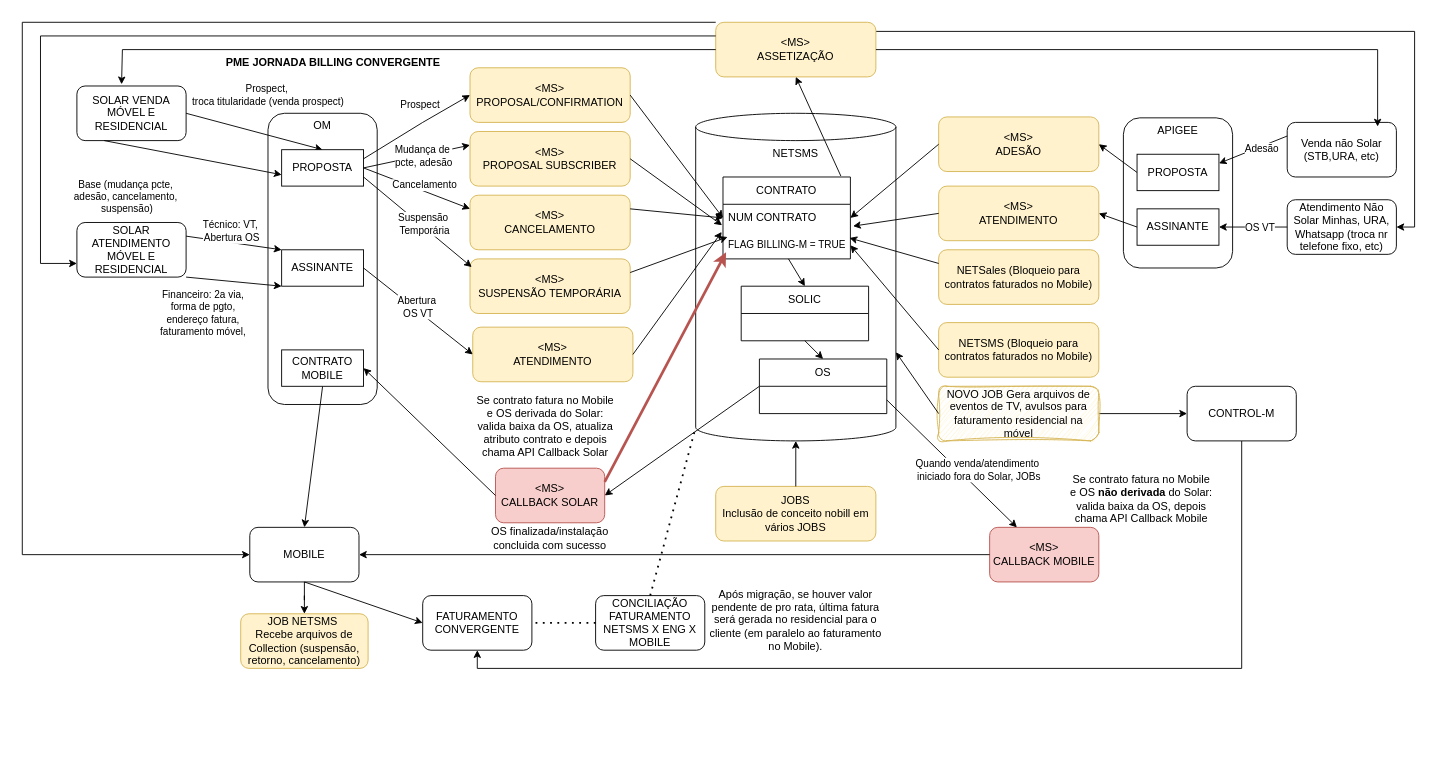
samirali/ClaroBrasil keeps this draw.io diagram as page "COMPLETO v2" (1 of 9) of Billing Convergente Marcelo.drawio. Above is the earlier version. Source tidied: cells renumbered, new cells numbered last; positions are measured from the earlier drawing's top-left corner, leaving out a move shared by most shapes. Both pictures are drawn from the tidied source at 91%, with x=0, y=0 at pixel (22, 22).
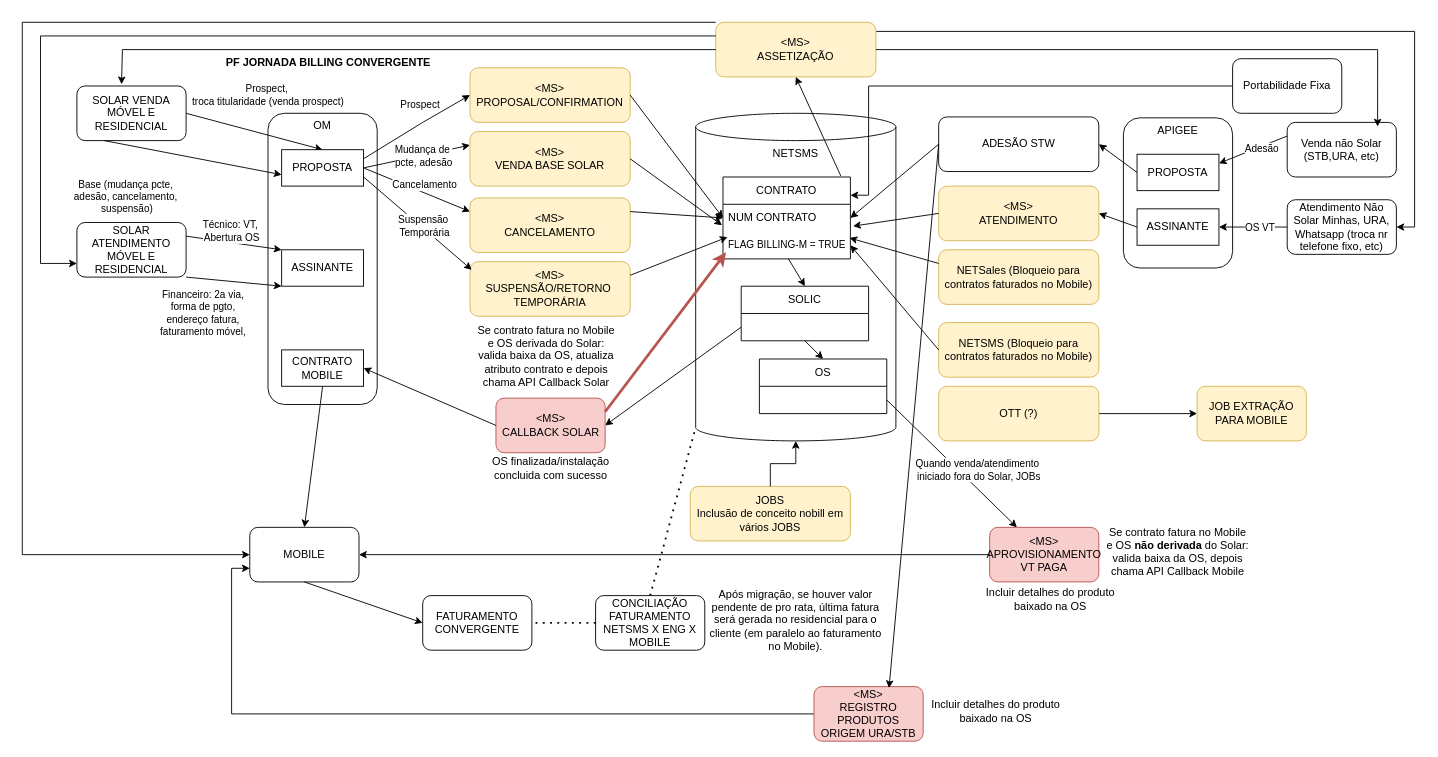
Above is the later version.

The change refers to these unchanged cells:
```xml
<mxCell id="5" value="NETSMS" style="shape=cylinder3;whiteSpace=wrap;html=1;boundedLbl=1;backgroundOutline=1;size=15;verticalAlign=top;" parent="1" vertex="1">
  <mxGeometry x="740" y="100" width="220" height="360" as="geometry" />
</mxCell>
<mxCell id="13" value="&lt;font style=&quot;font-size: 11px;&quot;&gt;FLAG BILLING-M = TRUE&lt;/font&gt;" style="text;strokeColor=none;fillColor=none;align=left;verticalAlign=middle;spacingLeft=4;spacingRight=4;overflow=hidden;points=[[0,0.5],[1,0.5]];portConstraint=eastwest;whiteSpace=wrap;html=1;" parent="11" vertex="1">
  <mxGeometry y="60" width="140" height="30" as="geometry" />
</mxCell>
<mxCell id="15" value="MOBILE" style="rounded=1;whiteSpace=wrap;html=1;" parent="1" vertex="1">
  <mxGeometry x="250" y="555" width="120" height="60" as="geometry" />
</mxCell>
<mxCell id="18" value="SOLIC" style="swimlane;fontStyle=0;horizontal=1;startSize=30;whiteSpace=wrap;html=1;" parent="1" vertex="1">
  <mxGeometry x="790" y="290" width="140" height="60" as="geometry" />
</mxCell>
<mxCell id="19" value="OS" style="swimlane;fontStyle=0;horizontal=1;startSize=30;whiteSpace=wrap;html=1;" parent="1" vertex="1">
  <mxGeometry x="810" y="370" width="140" height="60" as="geometry" />
</mxCell>
<mxCell id="37" value="ASSINANTE" style="rounded=0;whiteSpace=wrap;html=1;" parent="1" vertex="1">
  <mxGeometry x="285" y="250" width="90" height="40" as="geometry" />
</mxCell>
<mxCell id="71" value="FATURAMENTO CONVERGENTE" style="whiteSpace=wrap;html=1;rounded=1;" parent="1" vertex="1">
  <mxGeometry x="440" y="630" width="120" height="60" as="geometry" />
</mxCell>
```

Change to the diagram source:
```diff
@@
-    <mxCell id="3" value="&lt;b&gt;PME JORNADA BILLING CONVERGENTE&lt;/b&gt;" style="text;html=1;align=left;verticalAlign=middle;whiteSpace=wrap;rounded=0;" parent="1" vertex="1">
+    <mxCell id="3" value="&lt;b&gt;PF JORNADA BILLING CONVERGENTE&lt;/b&gt;" style="text;html=1;align=left;verticalAlign=middle;whiteSpace=wrap;rounded=0;" parent="1" vertex="1">
       <mxGeometry x="222" y="30" width="270" height="30" as="geometry" />
     </mxCell>
@@
-    <mxCell id="14" style="edgeStyle=orthogonalEdgeStyle;rounded=0;jettySize=auto;html=1;" parent="1" edge="1" source="15" target="99">
-      <mxGeometry relative="1" as="geometry" />
-    </mxCell>
@@
-    <mxCell id="21" style="endArrow=classic;html=1;rounded=0;exitX=0;exitY=0.5;exitDx=0;exitDy=0;entryX=1;entryY=0.5;entryDx=0;entryDy=0;" parent="1" edge="1" source="19" target="23">
+    <mxCell id="21" style="endArrow=classic;html=1;rounded=0;exitX=0;exitY=0.75;exitDx=0;exitDy=0;entryX=1;entryY=0.5;entryDx=0;entryDy=0;" parent="1" edge="1" source="18" target="23">
       <mxGeometry relative="1" as="geometry" />
     </mxCell>
     <mxCell id="22" value="OS finalizada/instalação concluida com sucesso" style="text;html=1;align=center;verticalAlign=middle;whiteSpace=wrap;rounded=0;" parent="1" vertex="1">
-      <mxGeometry x="496" y="547" width="168" height="40" as="geometry" />
+      <mxGeometry x="496.5" y="470" width="168" height="40" as="geometry" />
     </mxCell>
     <mxCell id="23" value="&amp;lt;MS&amp;gt;&lt;br&gt;CALLBACK SOLAR" style="rounded=1;whiteSpace=wrap;html=1;fillColor=#f8cecc;strokeColor=#b85450;" parent="1" vertex="1">
-      <mxGeometry x="520" y="490" width="120" height="60" as="geometry" />
+      <mxGeometry x="520.5" y="413" width="120" height="60" as="geometry" />
     </mxCell>
@@
-    <mxCell id="38" value="&amp;lt;MS&amp;gt;&lt;br&gt;ATENDIMENTO" style="rounded=1;whiteSpace=wrap;html=1;fillColor=#fff2cc;strokeColor=#d6b656;" parent="1" vertex="1">
-      <mxGeometry x="495" y="335" width="176" height="60" as="geometry" />
-    </mxCell>
-    <mxCell id="39" style="endArrow=classic;html=1;rounded=0;entryX=-0.01;entryY=0.013;entryDx=0;entryDy=0;entryPerimeter=0;exitX=1;exitY=0.5;exitDx=0;exitDy=0;" parent="1" edge="1" source="38" target="13">
-      <mxGeometry relative="1" as="geometry" />
-    </mxCell>
-    <mxCell id="40" style="endArrow=classic;html=1;rounded=0;entryX=0;entryY=0.5;entryDx=0;entryDy=0;exitX=1;exitY=0.5;exitDx=0;exitDy=0;" parent="1" edge="1" source="37" target="38">
-      <mxGeometry relative="1" as="geometry" />
-    </mxCell>
-    <mxCell id="41" value="Abertura&amp;nbsp;&lt;div&gt;OS VT&lt;/div&gt;" style="edgeLabel;html=1;align=center;verticalAlign=middle;" parent="40" vertex="1">
-      <mxGeometry x="-0.05" y="3" relative="1" as="geometry" />
-    </mxCell>
@@
-    <mxCell id="46" value="&amp;lt;MS&amp;gt;&lt;br&gt;ADESÃO" style="rounded=1;whiteSpace=wrap;html=1;fillColor=#fff2cc;strokeColor=#d6b656;" parent="1" vertex="1">
+    <mxCell id="46" value="ADESÃO STW" style="rounded=1;whiteSpace=wrap;html=1;" parent="1" vertex="1">
       <mxGeometry x="1007" y="104" width="176" height="60" as="geometry" />
     </mxCell>
-    <mxCell id="47" value="&amp;lt;MS&amp;gt;&lt;br&gt;CALLBACK MOBILE" style="rounded=1;whiteSpace=wrap;html=1;fillColor=#f8cecc;strokeColor=#b85450;" parent="1" vertex="1">
+    <mxCell id="47" value="&amp;lt;MS&amp;gt;&lt;br&gt;APROVISIONAMENTO VT PAGA" style="rounded=1;whiteSpace=wrap;html=1;fillColor=#f8cecc;strokeColor=#b85450;" parent="1" vertex="1">
       <mxGeometry x="1063" y="555" width="120" height="60" as="geometry" />
     </mxCell>
@@
     <mxCell id="73" value="JOBS&lt;div&gt;Inclusão de conceito nobill em vários JOBS&lt;/div&gt;" style="rounded=1;whiteSpace=wrap;html=1;fillColor=#fff2cc;strokeColor=#d6b656;" parent="1" vertex="1">
-      <mxGeometry x="762" y="510" width="176" height="60" as="geometry" />
+      <mxGeometry x="734" y="510" width="176" height="60" as="geometry" />
     </mxCell>
@@
-    <mxCell id="75" value="&amp;lt;MS&amp;gt;&lt;br&gt;PROPOSAL SUBSCRIBER" style="rounded=1;whiteSpace=wrap;html=1;fillColor=#fff2cc;strokeColor=#d6b656;" parent="1" vertex="1">
+    <mxCell id="75" value="&amp;lt;MS&amp;gt;&lt;br&gt;VENDA BASE SOLAR" style="rounded=1;whiteSpace=wrap;html=1;fillColor=#fff2cc;strokeColor=#d6b656;" parent="1" vertex="1">
       <mxGeometry x="492" y="120" width="176" height="60" as="geometry" />
     </mxCell>
@@
     <mxCell id="80" value="&amp;lt;MS&amp;gt;&lt;br&gt;CANCELAMENTO" style="rounded=1;whiteSpace=wrap;html=1;fillColor=#fff2cc;strokeColor=#d6b656;" parent="1" vertex="1">
-      <mxGeometry x="492" y="190" width="176" height="60" as="geometry" />
+      <mxGeometry x="492" y="193" width="176" height="60" as="geometry" />
     </mxCell>
@@
-    <mxCell id="83" value="&amp;lt;MS&amp;gt;&lt;br&gt;SUSPENSÃO TEMPORÁRIA" style="rounded=1;whiteSpace=wrap;html=1;fillColor=#fff2cc;strokeColor=#d6b656;" parent="1" vertex="1">
-      <mxGeometry x="492" y="260" width="176" height="60" as="geometry" />
+    <mxCell id="83" value="&amp;lt;MS&amp;gt;&lt;br&gt;SUSPENSÃO/RETORNO&amp;nbsp; TEMPORÁRIA" style="rounded=1;whiteSpace=wrap;html=1;fillColor=#fff2cc;strokeColor=#d6b656;" parent="1" vertex="1">
+      <mxGeometry x="492" y="263" width="176" height="60" as="geometry" />
     </mxCell>
@@
     <mxCell id="88" value="Se contrato fatura no Mobile e OS derivada do Solar: valida baixa da OS, atualiza atributo contrato e depois chama API Callback Solar" style="text;html=1;align=center;verticalAlign=middle;whiteSpace=wrap;rounded=0;" parent="1" vertex="1">
-      <mxGeometry x="495" y="410" width="160" height="67" as="geometry" />
+      <mxGeometry x="495.5" y="333" width="160" height="67" as="geometry" />
     </mxCell>
@@
     <mxCell id="93" value="Se contrato fatura no Mobile e OS &lt;b&gt;não derivada&lt;/b&gt;&amp;nbsp;do Solar: valida baixa da OS, depois chama API Callback Mobile" style="text;html=1;align=center;verticalAlign=middle;whiteSpace=wrap;rounded=0;" parent="1" vertex="1">
-      <mxGeometry x="1150" y="490" width="160" height="67" as="geometry" />
+      <mxGeometry x="1190" y="548" width="160" height="67" as="geometry" />
     </mxCell>
-    <mxCell id="94" style="edgeStyle=orthogonalEdgeStyle;rounded=0;jettySize=auto;html=1;" parent="1" edge="1" source="95" target="98">
-      <mxGeometry relative="1" as="geometry" />
-    </mxCell>
-    <mxCell id="95" value="NOVO JOB Gera arquivos de eventos de TV, avulsos para faturamento residencial na móvel" style="rounded=1;whiteSpace=wrap;html=1;fillColor=#fff2cc;strokeColor=#d6b656;sketch=1;curveFitting=1;jiggle=2;" parent="1" vertex="1">
-      <mxGeometry x="1007" y="400" width="176" height="60" as="geometry" />
-    </mxCell>
-    <mxCell id="96" style="endArrow=classic;html=1;rounded=0;entryX=1;entryY=0;entryDx=0;entryDy=262.5;entryPerimeter=0;exitX=0;exitY=0.5;exitDx=0;exitDy=0;" parent="1" edge="1" source="95" target="5">
-      <mxGeometry relative="1" as="geometry" />
-    </mxCell>
-    <mxCell id="97" style="edgeStyle=orthogonalEdgeStyle;rounded=0;jettySize=auto;html=1;entryX=0.5;entryY=1;entryDx=0;entryDy=0;" parent="1" edge="1" source="98" target="71">
-      <mxGeometry relative="1" as="geometry">
-        <Array as="points">
-          <mxPoint x="1340" y="710" />
-          <mxPoint x="500" y="710" />
-        </Array>
-      </mxGeometry>
-    </mxCell>
-    <mxCell id="98" value="CONTROL-M" style="rounded=1;whiteSpace=wrap;html=1;" parent="1" vertex="1">
-      <mxGeometry x="1280" y="400" width="120" height="60" as="geometry" />
-    </mxCell>
-    <mxCell id="99" value="JOB NETSMS&amp;nbsp;&lt;div&gt;Recebe arquivos de Collection (suspensão, retorno, cancelamento)&lt;/div&gt;" style="whiteSpace=wrap;html=1;rounded=1;fillColor=#fff2cc;strokeColor=#d6b656;" parent="1" vertex="1">
-      <mxGeometry x="240" y="650" width="140" height="60" as="geometry" />
-    </mxCell>
+    <mxCell id="100" style="edgeStyle=orthogonalEdgeStyle;rounded=0;jettySize=auto;html=1;entryX=0;entryY=0.75;entryDx=0;entryDy=0;" parent="1" edge="1" source="101" target="15">
+      <mxGeometry relative="1" as="geometry" />
+    </mxCell>
+    <mxCell id="101" value="&amp;lt;MS&amp;gt;&lt;br&gt;REGISTRO PRODUTOS ORIGEM URA/STB" style="rounded=1;whiteSpace=wrap;html=1;fillColor=#f8cecc;strokeColor=#b85450;" parent="1" vertex="1">
+      <mxGeometry x="870" y="730" width="120" height="60" as="geometry" />
+    </mxCell>
+    <mxCell id="102" value="Incluir detalhes do produto baixado na OS" style="text;html=1;align=center;verticalAlign=middle;whiteSpace=wrap;rounded=0;" parent="1" vertex="1">
+      <mxGeometry x="990" y="723" width="160" height="67" as="geometry" />
+    </mxCell>
+    <mxCell id="103" value="Incluir detalhes do produto baixado na OS" style="text;html=1;align=center;verticalAlign=middle;whiteSpace=wrap;rounded=0;" parent="1" vertex="1">
+      <mxGeometry x="1050" y="600" width="160" height="67" as="geometry" />
+    </mxCell>
+    <mxCell id="104" value="Portabilidade Fixa" style="rounded=1;whiteSpace=wrap;html=1;" parent="1" vertex="1">
+      <mxGeometry x="1330" y="40" width="120" height="60" as="geometry" />
+    </mxCell>
+    <mxCell id="105" style="edgeStyle=orthogonalEdgeStyle;rounded=0;jettySize=auto;html=1;entryX=0.773;entryY=0.25;entryDx=0;entryDy=0;entryPerimeter=0;" parent="1" edge="1" source="104" target="5">
+      <mxGeometry relative="1" as="geometry">
+        <Array as="points">
+          <mxPoint x="930" y="70" />
+          <mxPoint x="930" y="190" />
+        </Array>
+      </mxGeometry>
+    </mxCell>
+    <mxCell id="106" style="endArrow=classic;html=1;rounded=0;entryX=0.687;entryY=0.027;entryDx=0;entryDy=0;exitX=0;exitY=0.5;exitDx=0;exitDy=0;entryPerimeter=0;" parent="1" edge="1" source="46" target="101">
+      <mxGeometry relative="1" as="geometry" />
+    </mxCell>
+    <mxCell id="107" style="edgeStyle=orthogonalEdgeStyle;rounded=0;jettySize=auto;html=1;" parent="1" edge="1" source="108" target="109">
+      <mxGeometry relative="1" as="geometry" />
+    </mxCell>
+    <mxCell id="108" value="OTT (?)" style="rounded=1;whiteSpace=wrap;html=1;fillColor=#fff2cc;strokeColor=#d6b656;" parent="1" vertex="1">
+      <mxGeometry x="1007" y="400" width="176" height="60" as="geometry" />
+    </mxCell>
+    <mxCell id="109" value="JOB EXTRAÇÃO PARA MOBILE" style="whiteSpace=wrap;html=1;rounded=1;fillColor=#fff2cc;strokeColor=#d6b656;" parent="1" vertex="1">
+      <mxGeometry x="1291" y="400" width="120" height="60" as="geometry" />
+    </mxCell>
```
